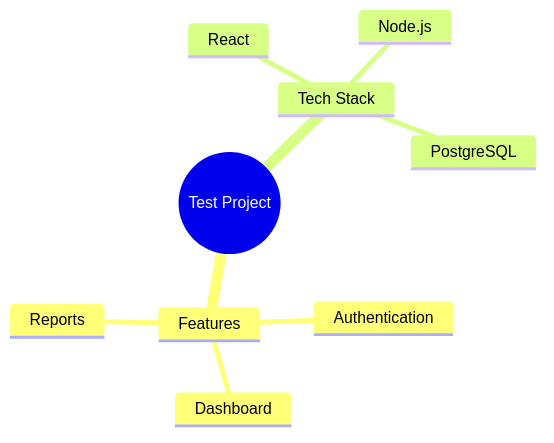
Before: rendered_output/charts/diagram-1.png, a diagram exported from Mermaid (Replicant-Partners/fermi). Its source is kept beside it as rendered_output/charts/diagram-1.mmd. Its diagram source:
```mermaid
%%{
  init: {
    'theme': 'base',
    'themeVariables': {
      'primaryColor': '#5CCFE6',
      'primaryTextColor': '#CBCCC6',
      'primaryBorderColor': '#5C6773',
      'lineColor': '#FFCC66',
      'secondaryColor': '#BAE67E',
      'tertiaryColor': '#FFAE57',
      'background': '#1F2430',
      'mainBkg': '#1F2430',
      'secondBkg': '#1F2430',
      'tertiaryBkg': '#1F2430',
      'textColor': '#CBCCC6',
      'border1': '#5C6773',
      'border2': '#5C6773',
      'arrowheadColor': '#FFCC66',
      'fontFamily': 'ui-monospace, "Cascadia Code", "Source Code Pro", Menlo, Consolas, "DejaVu Sans Mono", monospace',
      'fontSize': '14px'
    }
  }
}%%mindmap
  root((Test Project))
    Features
      Authentication
      Dashboard
      Reports
    Tech Stack
      React
      Node.js
      PostgreSQL
```
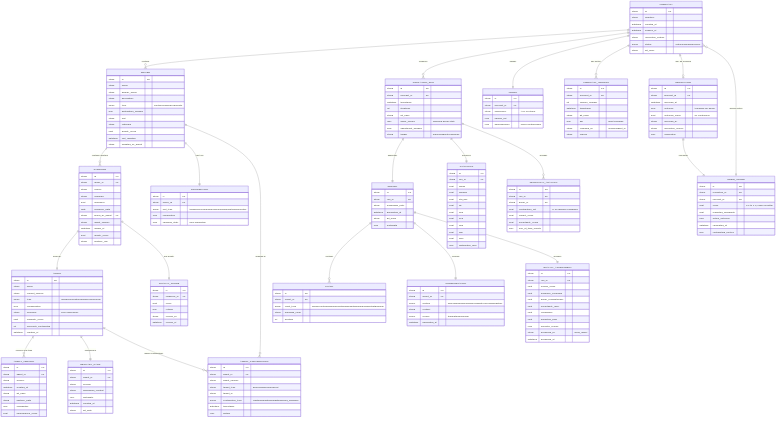
Later version of the same file.

Commit message:
Phase 1 Day 2-3: Change 3 - Add depends_on field for agent dependencies

Diff of the diagram source:
```diff
@@ -20,13 +20,247 @@
       'fontSize': '14px'
     }
   }
-}%%mindmap
-  root((Test Project))
-    Features
-      Authentication
-      Dashboard
-      Reports
-    Tech Stack
-      React
-      Node.js
-      PostgreSQL
+}%%erDiagram
+    FORECAST ||--o{ DRIVER : contains
+    FORECAST ||--o{ SIMULATION_RUN : produces
+    FORECAST ||--|| MODEL : defines
+    FORECAST ||--o{ FORECAST_VERSION : "has history"
+    FORECAST ||--o| RESOLUTION : "may be resolved"
+
+    DRIVER ||--o{ EVIDENCE : "contains (nested)"
+    DRIVER ||--|| DISTRIBUTION : "has type"
+    DRIVER ||--o{ AGENT_CONTRIBUTION : "updated by"
+
+    EVIDENCE ||--|| AGENT : "found by"
+    EVIDENCE ||--|| QUALITY_SCORE : "has quality"
+
+    AGENT ||--o{ AGENT_VERSION : "evolves over time"
+    AGENT ||--|| BESTIARY_CARD : "described in"
+    AGENT ||--o{ AGENT_CONTRIBUTION : "makes contributions"
+
+    SIMULATION_RUN ||--|| REPORT : "generates"
+    SIMULATION_RUN ||--|| STATISTICS : "produces"
+    SIMULATION_RUN ||--o{ SENSITIVITY_ANALYSIS : "includes"
+
+    REPORT ||--o{ CHART : "contains"
+    REPORT ||--|| INTERPRETATION : "includes"
+    REPORT ||--|| QUALITY_ASSESSMENT : "provides"
+
+    RESOLUTION ||--|| BRIER_SCORE : "calculates"
+    BRIER_SCORE ||--o{ FORECAST : "informs future"
+
+    FORECAST {
+        string id PK
+        string question
+        datetime created_at
+        datetime expires_at
+        string resolution_criteria
+        enum status "active|expired|resolved"
+        string git_hash
+    }
+
+    DRIVER {
+        string id PK
+        string name
+        string display_name
+        string description
+        enum type "continuous|binary|discrete"
+        json distribution_params
+        string unit
+        string rationale
+        float quality_score
+        datetime last_updated
+        string updated_by_agent
+    }
+
+    EVIDENCE {
+        string id PK
+        string driver_id FK
+        string source
+        string summary
+        float relevance
+        date evidence_date
+        string found_by_agent FK
+        string agent_version
+        datetime added_at
+        float quality_score
+        string bestiary_link
+    }
+
+    AGENT {
+        string id PK
+        string name
+        string current_version
+        enum type "research|monitoring|analysis|scoring"
+        json configuration
+        string schedule "cron expression"
+        float reliability_score
+        int forecasts_contributed
+        datetime created_at
+    }
+
+    AGENT_VERSION {
+        string id PK
+        string agent_id FK
+        string version
+        datetime created_at
+        string git_hash
+        string bestiary_path
+        json capabilities
+        float performance_score
+    }
+
+    BESTIARY_CARD {
+        string id PK
+        string agent_id FK
+        string version
+        string markdown_content
+        json metadata
+        datetime created_at
+        string git_path
+    }
+
+    AGENT_CONTRIBUTION {
+        string id PK
+        string agent_id FK
+        string agent_version
+        string target_type "driver|evidence|forecast"
+        string target_id
+        enum contribution_type "created|updated|validated|found_evidence"
+        datetime timestamp
+        json details
+    }
+
+    SIMULATION_RUN {
+        string id PK
+        string forecast_id FK
+        datetime timestamp
+        int iterations
+        string git_hash
+        json driver_values "sampled driver stats"
+        bool adjustment_needed
+        string trigger "manual|agent|scheduled"
+    }
+
+    STATISTICS {
+        string id PK
+        string run_id FK
+        float mean
+        float median
+        float std_dev
+        float p5
+        float p25
+        float p75
+        float p95
+        float min
+        float max
+        json distribution_bins
+    }
+
+    SENSITIVITY_ANALYSIS {
+        string id PK
+        string run_id FK
+        string driver_id FK
+        float contribution_pct "% of variance explained"
+        float impact_score
+        float uncertainty_score
+        json one_at_time_results
+    }
+
+    REPORT {
+        string id PK
+        string run_id FK
+        string markdown_path
+        datetime generated_at
+        string git_hash
+        json metadata
+    }
+
+    CHART {
+        string id PK
+        string report_id FK
+        enum chart_type "sankey|histogram|flowchart|mindmap|timeline|quadrant|gitgraph|er"
+        string mermaid_code
+        int position
+    }
+
+    INTERPRETATION {
+        string id PK
+        string report_id FK
+        enum section "overview|drivers|evidence|quality|recommendation"
+        string content
+        enum source "template|llm|human"
+        datetime generated_at
+    }
+
+    QUALITY_ASSESSMENT {
+        string id PK
+        string run_id FK
+        float overall_score
+        float evidence_coverage
+        float driver_completeness
+        float uncertainty_level
+        float confidence
+        float predicted_brier
+        json heuristic_scores
+        string assessed_by "fermi_agent"
+        datetime assessed_at
+    }
+
+    QUALITY_SCORE {
+        string id PK
+        string evidence_id FK
+        float score
+        json criteria
+        string scored_by
+        datetime scored_at
+    }
+
+    FORECAST_VERSION {
+        string id PK
+        string forecast_id FK
+        int version_number
+        datetime timestamp
+        string git_hash
+        json diff "what changed"
+        string changed_by "human|agent_id"
+        string reason
+    }
+
+    RESOLUTION {
+        string id PK
+        string forecast_id FK
+        datetime resolved_at
+        bool outcome "true|false for binary"
+        float outcome_value "for continuous"
+        string resolved_by
+        string resolution_source
+        json verification
+    }
+
+    BRIER_SCORE {
+        string id PK
+        string resolution_id FK
+        string forecast_id FK
+        float score "0.0 to 1.0, lower is better"
+        float predicted_probability
+        bool actual_outcome
+        datetime calculated_at
+        json contributing_factors
+    }
+
+    MODEL {
+        string id PK
+        string forecast_id FK
+        string expression "AST as string"
+        json parsed_ast
+        json dependencies "driver relationships"
+    }
+
+    DISTRIBUTION {
+        string id PK
+        string driver_id FK
+        enum dist_type "triangular|normal|lognormal|uniform|beta|exponential"
+        json parameters
+        json sampled_stats "from simulation"
+    }
```
